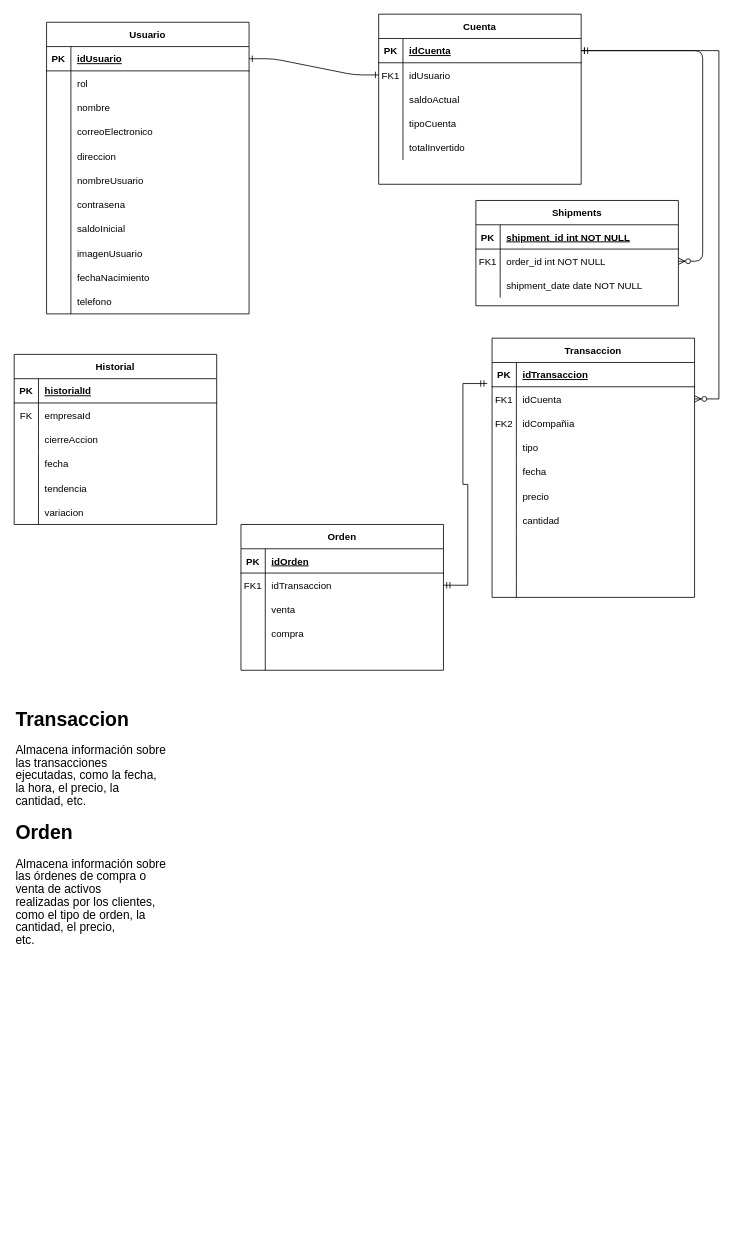
This is Documentación/Diagrama-Entidad-Relacion.drawio from INNOVAcodersISPC/ARGBroker, a draw.io file, before an edit. Source tidied: cells renumbered, new cells numbered last; positions are measured from the earlier drawing's top-left corner, leaving out a move shared by most shapes. Both pictures are drawn from the tidied source at 81%, with x=0, y=0 at pixel (14, 14).
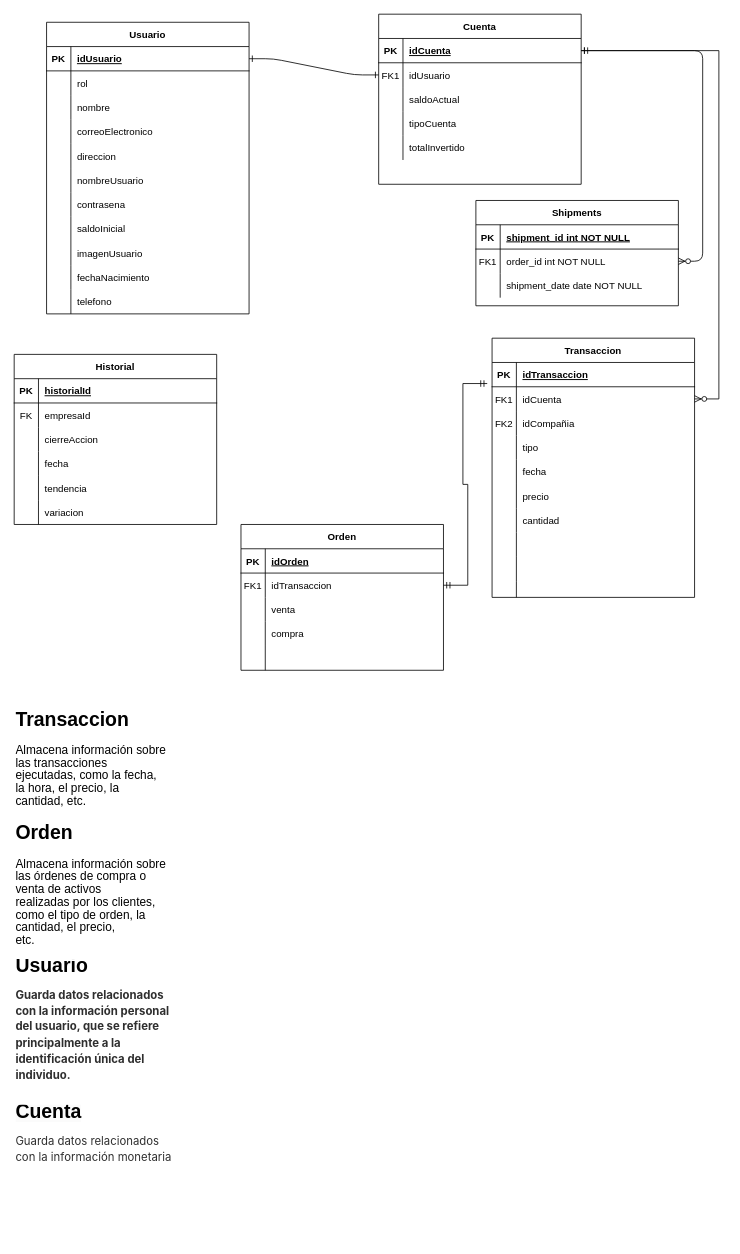
The same page after the edit.

Diff of the diagram source:
```diff
@@
+    <mxCell id="134" value="&lt;h1 style=&quot;margin-top: 0px; line-height: 70%;&quot;&gt;&lt;span style=&quot;background-color: initial;&quot;&gt;Usuario&lt;/span&gt;&lt;/h1&gt;&lt;h1 style=&quot;margin-top: 0px; line-height: 70%;&quot;&gt;&lt;span style=&quot;color: rgba(0, 0, 0, 0.82); font-family: &amp;quot;DM Sans&amp;quot;, -apple-system, BlinkMacSystemFont, &amp;quot;Segoe UI&amp;quot;, Roboto, &amp;quot;Helvetica Neue&amp;quot;, Arial, &amp;quot;Noto Sans&amp;quot;, sans-serif, &amp;quot;Apple Color Emoji&amp;quot;, &amp;quot;Segoe UI Emoji&amp;quot;, &amp;quot;Segoe UI Symbol&amp;quot;, &amp;quot;Noto Color Emoji&amp;quot;; font-size: 14px; background-color: rgb(255, 255, 255);&quot;&gt;Guarda datos relacionados con la información personal del usuario, que se refiere principalmente a la identificación única del individuo.&lt;/span&gt;&lt;br&gt;&lt;/h1&gt;" style="text;html=1;whiteSpace=wrap;overflow=hidden;rounded=0;" parent="1" vertex="1">
+      <mxGeometry y="1160" width="200" height="170" as="geometry" />
+    </mxCell>
+    <mxCell id="135" value="&lt;h1 style=&quot;margin-top: 0px; line-height: 70%;&quot;&gt;&lt;span style=&quot;background-color: rgb(251, 251, 251);&quot;&gt;Cuenta&lt;/span&gt;&lt;/h1&gt;&lt;h1 style=&quot;margin-top: 0px; line-height: 70%;&quot;&gt;&lt;span style=&quot;background-color: rgb(255, 255, 255); color: rgba(0, 0, 0, 0.82); font-family: &amp;quot;DM Sans&amp;quot;, -apple-system, BlinkMacSystemFont, &amp;quot;Segoe UI&amp;quot;, Roboto, &amp;quot;Helvetica Neue&amp;quot;, Arial, &amp;quot;Noto Sans&amp;quot;, sans-serif, &amp;quot;Apple Color Emoji&amp;quot;, &amp;quot;Segoe UI Emoji&amp;quot;, &amp;quot;Segoe UI Symbol&amp;quot;, &amp;quot;Noto Color Emoji&amp;quot;; font-size: 14px; font-weight: normal;&quot;&gt;Guarda datos relacionados con la información monetaria&lt;/span&gt;&lt;br&gt;&lt;/h1&gt;" style="text;html=1;whiteSpace=wrap;overflow=hidden;rounded=0;" parent="1" vertex="1">
+      <mxGeometry y="1340" width="200" height="170" as="geometry" />
+    </mxCell>
```
